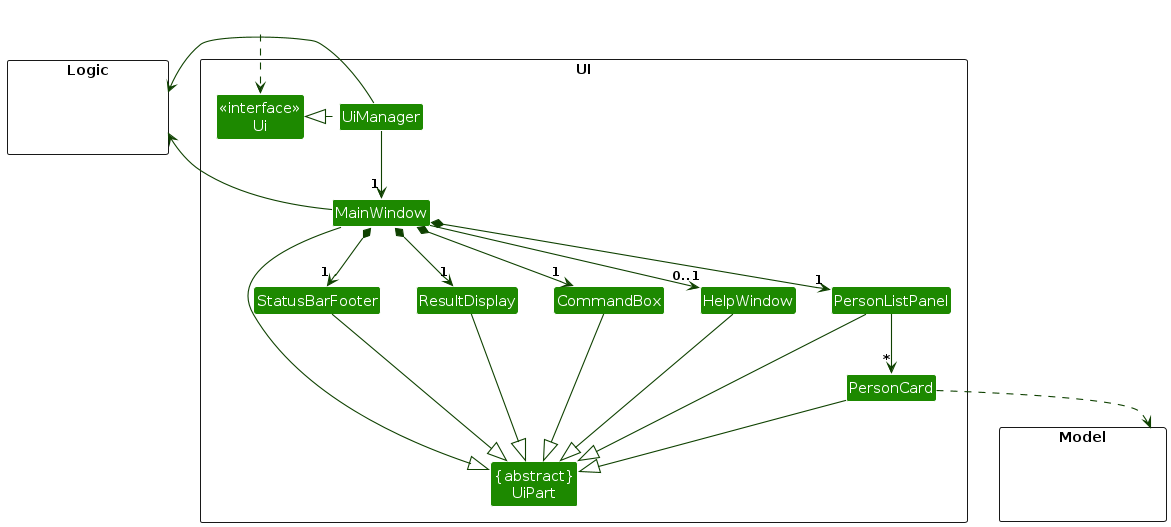
Before: diagrams/UiClassDiagram.png, a diagram exported from PlantUML (AY2627S1-CS2103T-T15-3/tp). Its source is kept beside it as diagrams/UiClassDiagram.puml.
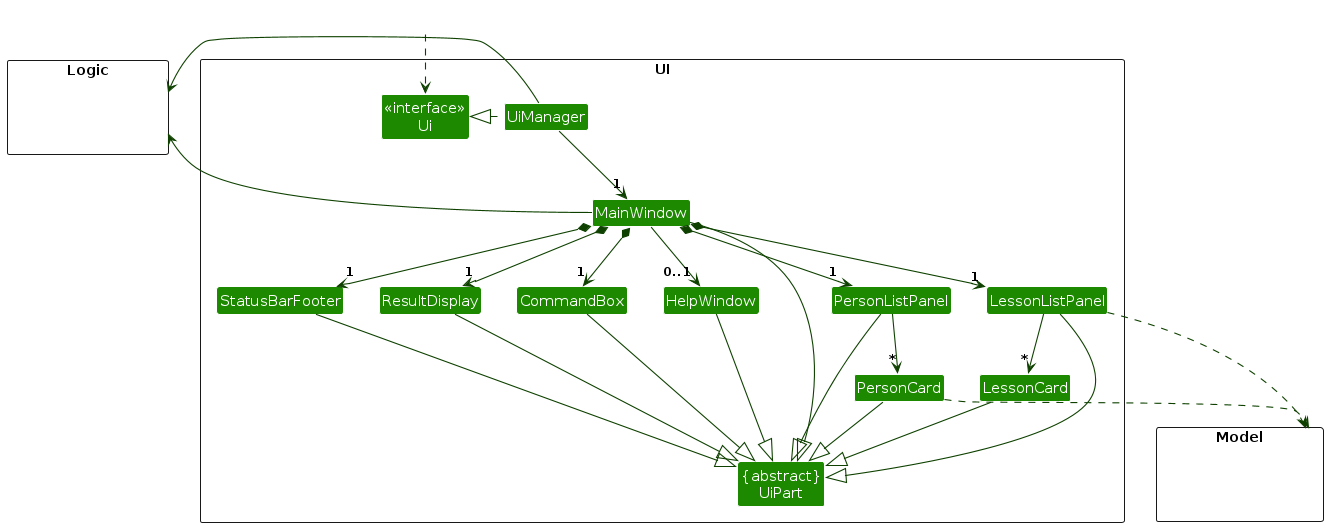
The same diagram one commit later.

The edit, as a diff of the source:
```diff
@@ -13,6 +13,8 @@
 Class ResultDisplay
 Class PersonListPanel
 Class PersonCard
+Class LessonListPanel
+Class LessonCard
 Class StatusBarFooter
 Class CommandBox
 }
@@ -33,10 +35,12 @@
 MainWindow *-down->  "1" CommandBox
 MainWindow *-down-> "1" ResultDisplay
 MainWindow *-down-> "1" PersonListPanel
+MainWindow *-down-> "1" LessonListPanel
 MainWindow *-down-> "1" StatusBarFooter
 MainWindow --> "0..1" HelpWindow
 
 PersonListPanel -down-> "*" PersonCard
+LessonListPanel -down-> "*" LessonCard
 
 MainWindow -left-|> UiPart
 
@@ -44,10 +48,13 @@
 CommandBox --|> UiPart
 PersonListPanel --|> UiPart
 PersonCard --|> UiPart
+LessonListPanel --|> UiPart
+LessonCard --|> UiPart
 StatusBarFooter --|> UiPart
 HelpWindow --|> UiPart
 
 PersonCard ..> Model
+LessonListPanel ..> Model
 UiManager -right-> Logic
 MainWindow -left-> Logic
 
```
